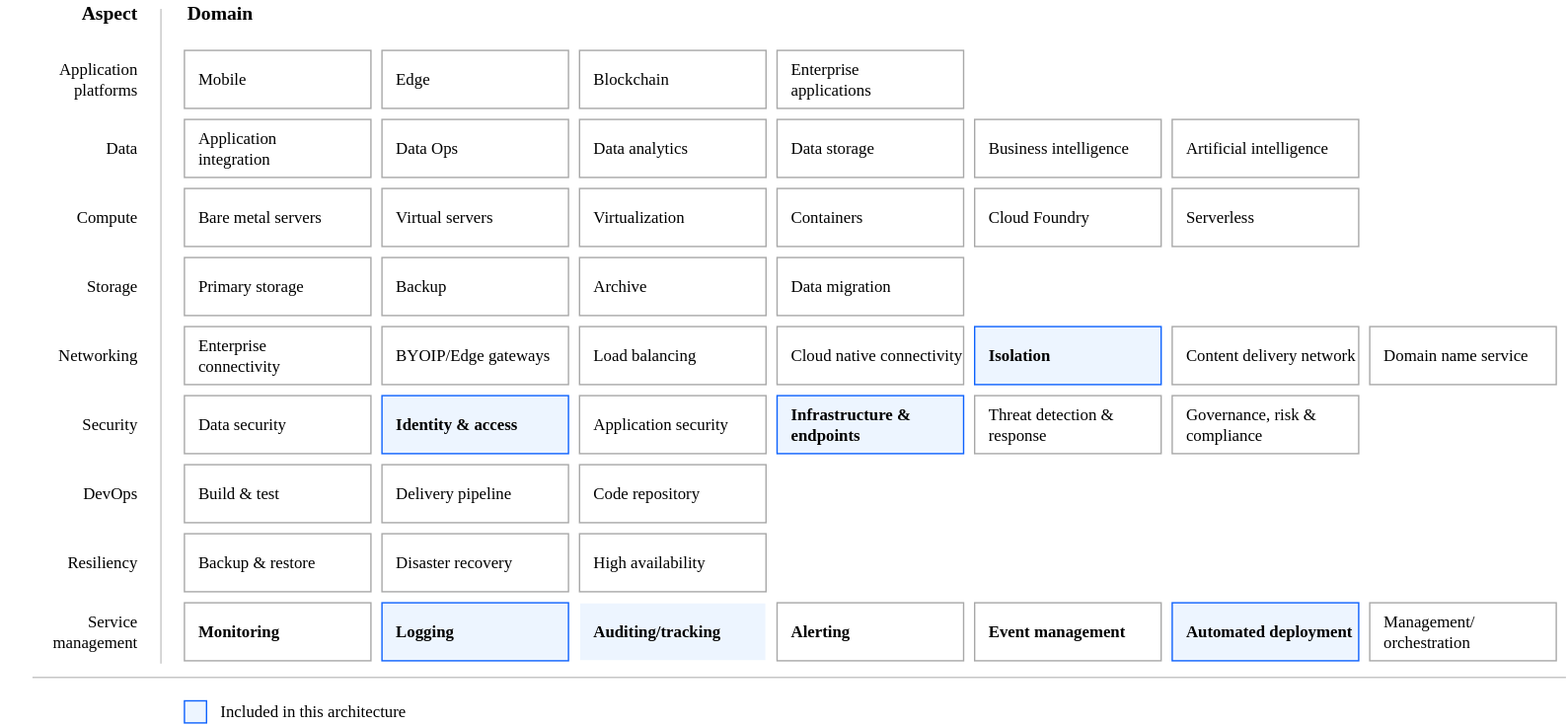
This is reference-architectures/heat-map-deploy-arch-slz-vpc-fully-configurable.svg from terraform-ibm-modules/terraform-ibm-landing-zone-vpc, a draw.io export, as it was before one commit. Source tidied: cells renumbered, new cells last; positions are measured from the earlier drawing's top-left corner, leaving out a move shared by most shapes.
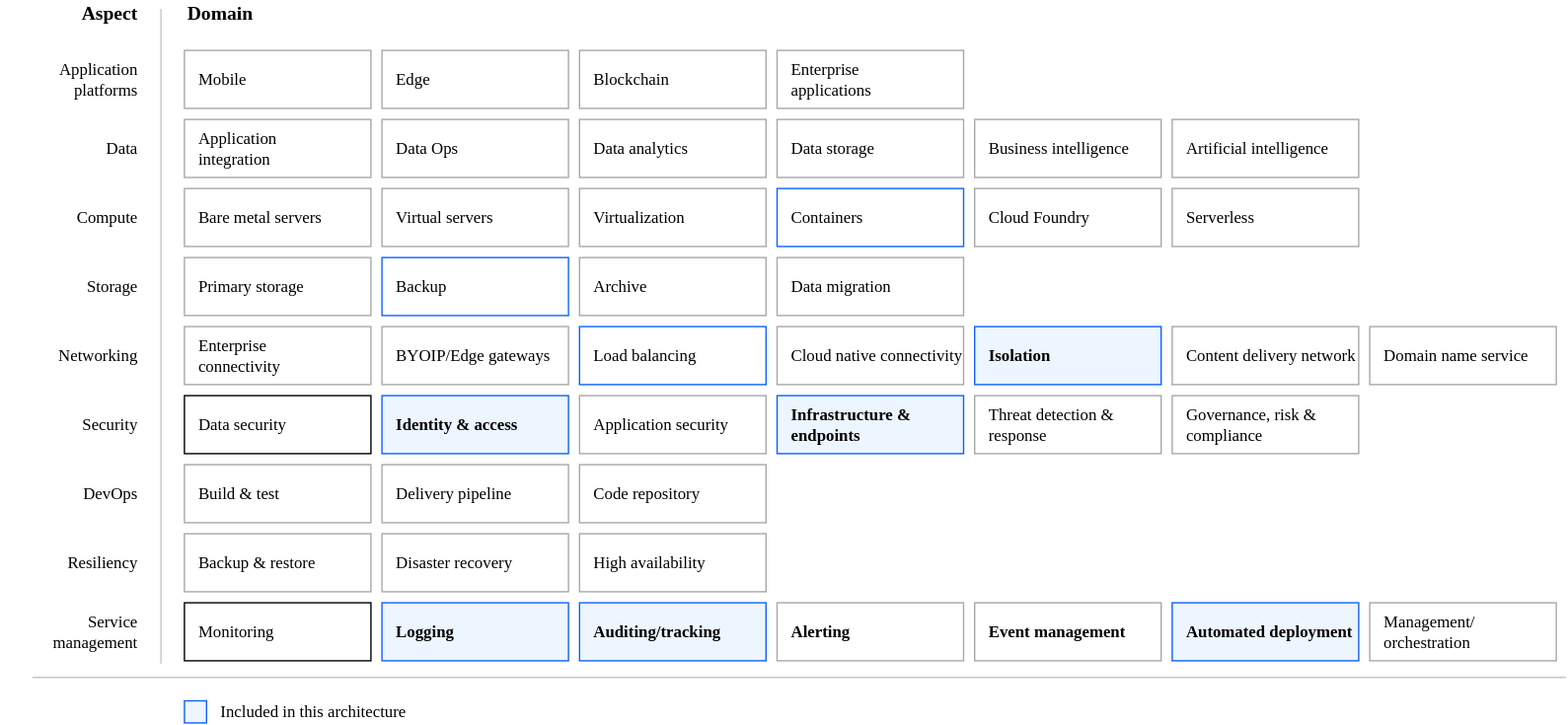
After the commit.

The edit, as a diff of the source:
```diff
@@ -20,13 +20,13 @@
     <mxCell id="7" value="Build &amp;amp; test" style="rounded=0;whiteSpace=wrap;html=1;strokeColor=#A8A8A8;align=left;spacingLeft=8;fontFamily=IBM Plex Sans;" parent="1" vertex="1">
       <mxGeometry x="133" y="336" width="135" height="42" as="geometry" />
     </mxCell>
-    <mxCell id="8" value="Data security" style="rounded=0;whiteSpace=wrap;html=1;strokeColor=#A8A8A8;align=left;spacingLeft=8;fontFamily=IBM Plex Sans;fontStyle=0;fillColor=default;" parent="1" vertex="1">
+    <mxCell id="8" value="Data security" style="rounded=0;whiteSpace=wrap;html=1;strokeColor=default;align=left;spacingLeft=8;fontFamily=IBM Plex Sans;fontStyle=0;fillColor=default;" parent="1" vertex="1">
       <mxGeometry x="133" y="286" width="135" height="42" as="geometry" />
     </mxCell>
     <mxCell id="9" value="Backup &amp;amp; restore" style="rounded=0;whiteSpace=wrap;html=1;strokeColor=#A8A8A8;align=left;spacingLeft=8;fontFamily=IBM Plex Sans;" parent="1" vertex="1">
       <mxGeometry x="133" y="386" width="135" height="42" as="geometry" />
     </mxCell>
-    <mxCell id="10" value="&lt;b&gt;Monitoring&lt;/b&gt;" style="rounded=0;whiteSpace=wrap;html=1;strokeColor=light-dark(#A8A8A8,#000000);align=left;spacingLeft=8;fontFamily=IBM Plex Sans;fillColor=light-dark(#FFFFFF,#5CA4FF);" parent="1" vertex="1">
+    <mxCell id="10" value="Monitoring" style="rounded=0;whiteSpace=wrap;html=1;strokeColor=default;align=left;spacingLeft=8;fontFamily=IBM Plex Sans;fontStyle=0;fillColor=default;" parent="1" vertex="1">
       <mxGeometry x="133" y="436" width="135" height="42" as="geometry" />
     </mxCell>
     <mxCell id="11" value="Edge" style="rounded=0;whiteSpace=wrap;html=1;strokeColor=#A8A8A8;align=left;spacingLeft=8;fontFamily=IBM Plex Sans;fillColor=default;fontStyle=0;" parent="1" vertex="1">
@@ -50,13 +50,13 @@
     <mxCell id="17" value="Business intelligence" style="rounded=0;whiteSpace=wrap;html=1;strokeColor=#A8A8A8;align=left;spacingLeft=8;fontFamily=IBM Plex Sans;fillColor=default;fontStyle=0;" parent="1" vertex="1">
       <mxGeometry x="705" y="86" width="135" height="42" as="geometry" />
     </mxCell>
-    <mxCell id="18" value="Virtual servers" style="rounded=0;whiteSpace=wrap;html=1;strokeColor=#A8A8A8;align=left;spacingLeft=8;fontFamily=IBM Plex Sans;fillColor=default;fontStyle=0;" parent="1" vertex="1">
+    <mxCell id="18" value="Virtual servers" style="rounded=0;whiteSpace=wrap;html=1;strokeColor=#A8A8A8;align=left;spacingLeft=8;fontFamily=IBM Plex Sans;fillColor=#FFFFFF;fontStyle=0;" parent="1" vertex="1">
       <mxGeometry x="276" y="136" width="135" height="42" as="geometry" />
     </mxCell>
     <mxCell id="19" value="Virtualization" style="rounded=0;whiteSpace=wrap;html=1;strokeColor=#A8A8A8;align=left;spacingLeft=8;fontFamily=IBM Plex Sans;fillColor=default;fontStyle=0;" parent="1" vertex="1">
       <mxGeometry x="419" y="136" width="135" height="42" as="geometry" />
     </mxCell>
-    <mxCell id="20" value="Containers" style="rounded=0;whiteSpace=wrap;html=1;strokeColor=#A8A8A8;align=left;spacingLeft=8;fontFamily=IBM Plex Sans;fillColor=default;fontStyle=0;" parent="1" vertex="1">
+    <mxCell id="20" value="Containers" style="rounded=0;whiteSpace=wrap;html=1;strokeColor=light-dark(#0E62FD,#5D5D5D);align=left;spacingLeft=8;fontFamily=IBM Plex Sans;fillColor=default;fontStyle=0;" parent="1" vertex="1">
       <mxGeometry x="562" y="136" width="135" height="42" as="geometry" />
     </mxCell>
     <mxCell id="21" value="Cloud Foundry" style="rounded=0;whiteSpace=wrap;html=1;strokeColor=#A8A8A8;align=left;spacingLeft=8;fontFamily=IBM Plex Sans;fillColor=default;fontStyle=0;" parent="1" vertex="1">
@@ -65,7 +65,7 @@
     <mxCell id="22" value="Serverless" style="rounded=0;whiteSpace=wrap;html=1;strokeColor=#A8A8A8;align=left;spacingLeft=8;fontFamily=IBM Plex Sans;fillColor=default;fontStyle=0;" parent="1" vertex="1">
       <mxGeometry x="848" y="136" width="135" height="42" as="geometry" />
     </mxCell>
-    <mxCell id="23" value="Backup" style="rounded=0;whiteSpace=wrap;html=1;strokeColor=#A8A8A8;align=left;spacingLeft=8;fontFamily=IBM Plex Sans;fillColor=default;fontStyle=0;" parent="1" vertex="1">
+    <mxCell id="23" value="Backup" style="rounded=0;whiteSpace=wrap;html=1;strokeColor=light-dark(#0E62FD,#5D5D5D);align=left;spacingLeft=8;fontFamily=IBM Plex Sans;fillColor=default;fontStyle=0;" parent="1" vertex="1">
       <mxGeometry x="276" y="186" width="135" height="42" as="geometry" />
     </mxCell>
     <mxCell id="24" value="Archive" style="rounded=0;whiteSpace=wrap;html=1;strokeColor=#A8A8A8;align=left;spacingLeft=8;fontFamily=IBM Plex Sans;fillColor=default;fontStyle=0;" parent="1" vertex="1">
@@ -77,13 +77,13 @@
     <mxCell id="26" value="BYOIP/Edge gateways" style="rounded=0;whiteSpace=wrap;html=1;strokeColor=#A8A8A8;align=left;spacingLeft=8;fontFamily=IBM Plex Sans;fillColor=default;fontStyle=0;" parent="1" vertex="1">
       <mxGeometry x="276" y="236" width="135" height="42" as="geometry" />
     </mxCell>
-    <mxCell id="27" value="Load balancing" style="rounded=0;whiteSpace=wrap;html=1;strokeColor=#A8A8A8;align=left;spacingLeft=8;fontFamily=IBM Plex Sans;fillColor=default;fontStyle=0;" parent="1" vertex="1">
+    <mxCell id="27" value="Load balancing" style="rounded=0;whiteSpace=wrap;html=1;strokeColor=light-dark(#0E62FD,#5D5D5D);align=left;spacingLeft=8;fontFamily=IBM Plex Sans;fillColor=default;fontStyle=0;" parent="1" vertex="1">
       <mxGeometry x="419" y="236" width="135" height="42" as="geometry" />
     </mxCell>
     <mxCell id="28" value="Cloud native connectivity" style="rounded=0;whiteSpace=wrap;html=1;strokeColor=#A8A8A8;align=left;spacingLeft=8;fontFamily=IBM Plex Sans;fillColor=default;fontStyle=0;" parent="1" vertex="1">
       <mxGeometry x="562" y="236" width="135" height="42" as="geometry" />
     </mxCell>
-    <mxCell id="29" value="Isolation" style="rounded=0;whiteSpace=wrap;html=1;strokeColor=light-dark(#0E62FD,#000000);align=left;spacingLeft=8;fontFamily=IBM Plex Sans;fillColor=light-dark(#EDF5FF,#5CA4FF);fontStyle=1;" parent="1" vertex="1">
+    <mxCell id="29" value="Isolation" style="rounded=0;whiteSpace=wrap;html=1;strokeColor=#0E62FD;align=left;spacingLeft=8;fontFamily=IBM Plex Sans;fillColor=#EDF5FF;fontStyle=1;" parent="1" vertex="1">
       <mxGeometry x="705" y="236" width="135" height="42" as="geometry" />
     </mxCell>
     <mxCell id="30" value="Content delivery network" style="rounded=0;whiteSpace=wrap;html=1;strokeColor=#A8A8A8;align=left;spacingLeft=8;fontFamily=IBM Plex Sans;fillColor=default;fontStyle=0;" parent="1" vertex="1">
@@ -92,13 +92,13 @@
     <mxCell id="31" value="Domain name service" style="rounded=0;whiteSpace=wrap;html=1;strokeColor=#A8A8A8;align=left;spacingLeft=8;fontFamily=IBM Plex Sans;fillColor=default;fontStyle=0;" parent="1" vertex="1">
       <mxGeometry x="991" y="236" width="135" height="42" as="geometry" />
     </mxCell>
-    <mxCell id="32" value="Identity &amp;amp; access" style="rounded=0;whiteSpace=wrap;html=1;strokeColor=light-dark(#0E62FD,#000000);align=left;spacingLeft=8;fontFamily=IBM Plex Sans;fillColor=light-dark(#EDF5FF,#5CA4FF);fontStyle=1;" parent="1" vertex="1">
+    <mxCell id="32" value="Identity &amp;amp; access" style="rounded=0;whiteSpace=wrap;html=1;strokeColor=light-dark(#0E62FD,#5CA4FF);align=left;spacingLeft=8;fontFamily=IBM Plex Sans;fillColor=light-dark(#EDF5FF,#151C24);fontStyle=1;" parent="1" vertex="1">
       <mxGeometry x="276" y="286" width="135" height="42" as="geometry" />
     </mxCell>
     <mxCell id="33" value="Application security" style="rounded=0;whiteSpace=wrap;html=1;strokeColor=#A8A8A8;align=left;spacingLeft=8;fontFamily=IBM Plex Sans;fillColor=default;fontStyle=0;" parent="1" vertex="1">
       <mxGeometry x="419" y="286" width="135" height="42" as="geometry" />
     </mxCell>
-    <mxCell id="34" value="Infrastructure &amp;amp; endpoints" style="rounded=0;whiteSpace=wrap;html=1;strokeColor=light-dark(#0E62FD,#000000);align=left;spacingLeft=8;fontFamily=IBM Plex Sans;fillColor=light-dark(#EDF5FF,#5CA4FF);fontStyle=1;" parent="1" vertex="1">
+    <mxCell id="34" value="Infrastructure &amp;amp; endpoints" style="rounded=0;whiteSpace=wrap;html=1;strokeColor=#0E62FD;align=left;spacingLeft=8;fontFamily=IBM Plex Sans;fillColor=#EDF5FF;fontStyle=1;" parent="1" vertex="1">
       <mxGeometry x="562" y="286" width="135" height="42" as="geometry" />
     </mxCell>
     <mxCell id="35" value="Threat detection &amp;amp; response" style="rounded=0;whiteSpace=wrap;html=1;strokeColor=#A8A8A8;align=left;spacingLeft=8;fontFamily=IBM Plex Sans;fillColor=default;fontStyle=0;" parent="1" vertex="1">
@@ -119,19 +119,19 @@
     <mxCell id="40" value="High availability" style="rounded=0;whiteSpace=wrap;html=1;strokeColor=#A8A8A8;align=left;spacingLeft=8;fontFamily=IBM Plex Sans;fillColor=default;fontStyle=0;" parent="1" vertex="1">
       <mxGeometry x="419" y="386" width="135" height="42" as="geometry" />
     </mxCell>
-    <mxCell id="41" value="Logging" style="rounded=0;whiteSpace=wrap;html=1;strokeColor=light-dark(#0E62FD,#000000);align=left;spacingLeft=8;fontFamily=IBM Plex Sans;fillColor=light-dark(#EDF5FF,#5CA4FF);fontStyle=1;" parent="1" vertex="1">
+    <mxCell id="41" value="Logging" style="rounded=0;whiteSpace=wrap;html=1;strokeColor=light-dark(#0E62FD,#5CA4FF);align=left;spacingLeft=8;fontFamily=IBM Plex Sans;fillColor=light-dark(#EDF5FF,#151C24);fontStyle=1;" parent="1" vertex="1">
       <mxGeometry x="276" y="436" width="135" height="42" as="geometry" />
     </mxCell>
-    <mxCell id="42" value="Auditing/tracking" style="rounded=0;whiteSpace=wrap;html=1;strokeColor=light-dark(#FFFFFF,#151C24);align=left;spacingLeft=8;fontFamily=IBM Plex Sans;fillColor=#EDF5FF;fontStyle=1;" parent="1" vertex="1">
+    <mxCell id="42" value="Auditing/tracking" style="rounded=0;whiteSpace=wrap;html=1;strokeColor=light-dark(#0E62FD,#5CA4FF);align=left;spacingLeft=8;fontFamily=IBM Plex Sans;fillColor=light-dark(#EDF5FF,#151C24);fontStyle=1;" parent="1" vertex="1">
       <mxGeometry x="419" y="436" width="135" height="42" as="geometry" />
     </mxCell>
-    <mxCell id="43" value="&lt;b&gt;Alerting&lt;/b&gt;" style="rounded=0;whiteSpace=wrap;html=1;strokeColor=light-dark(#A8A8A8,#5CA4FF);align=left;spacingLeft=8;fontFamily=IBM Plex Sans;fillColor=light-dark(#FFFFFF,#5CA4FF);fontStyle=0;" parent="1" vertex="1">
+    <mxCell id="43" value="Alerting" style="rounded=0;whiteSpace=wrap;html=1;strokeColor=light-dark(#A8A8A8,#5CA4FF);align=left;spacingLeft=8;fontFamily=IBM Plex Sans;fillColor=light-dark(#FFFFFF,#151C24);fontStyle=1;" parent="1" vertex="1">
       <mxGeometry x="562" y="436" width="135" height="42" as="geometry" />
     </mxCell>
-    <mxCell id="44" value="&lt;b&gt;Event management&lt;/b&gt;" style="rounded=0;whiteSpace=wrap;html=1;strokeColor=light-dark(#A8A8A8,#5CA4FF);align=left;spacingLeft=8;fontFamily=IBM Plex Sans;fillColor=light-dark(#FFFFFF,#151C24);fontStyle=0;" parent="1" vertex="1">
+    <mxCell id="44" value="Event management" style="rounded=0;whiteSpace=wrap;html=1;strokeColor=light-dark(#A8A8A8,#5CA4FF);align=left;spacingLeft=8;fontFamily=IBM Plex Sans;fillColor=light-dark(#FFFFFF,#151C24);fontStyle=1;" parent="1" vertex="1">
       <mxGeometry x="705" y="436" width="135" height="42" as="geometry" />
     </mxCell>
-    <mxCell id="45" value="Automated deployment" style="rounded=0;whiteSpace=wrap;html=1;strokeColor=light-dark(#0E62FD,#000000);align=left;spacingLeft=8;fontFamily=IBM Plex Sans;fillColor=light-dark(#EDF5FF,#5CA4FF);fontStyle=1;" parent="1" vertex="1">
+    <mxCell id="45" value="Automated deployment" style="rounded=0;whiteSpace=wrap;html=1;strokeColor=#0E62FD;align=left;spacingLeft=8;fontFamily=IBM Plex Sans;fillColor=#EDF5FF;fontStyle=1;" parent="1" vertex="1">
       <mxGeometry x="848" y="436" width="135" height="42" as="geometry" />
     </mxCell>
     <mxCell id="46" value="Management/&lt;br&gt;orchestration" style="rounded=0;whiteSpace=wrap;html=1;strokeColor=#A8A8A8;align=left;spacingLeft=8;fontFamily=IBM Plex Sans;fillColor=default;fontStyle=0;" parent="1" vertex="1">
@@ -182,7 +182,7 @@
         <mxPoint x="1133" y="490" as="targetPoint" />
       </mxGeometry>
     </mxCell>
-    <mxCell id="60" style="rounded=0;whiteSpace=wrap;html=1;strokeColor=light-dark(#0E62FD,#000000);align=left;spacingLeft=8;fontFamily=IBM Plex Sans;fontStyle=1;fillColor=light-dark(#EDF5FF,#5CA4FF);" parent="1" vertex="1">
+    <mxCell id="60" style="rounded=0;whiteSpace=wrap;html=1;strokeColor=#0E62FD;align=left;spacingLeft=8;fontFamily=IBM Plex Sans;fontStyle=1;fillColor=#EDF5FF;" parent="1" vertex="1">
       <mxGeometry x="133" y="507" width="16" height="16" as="geometry" />
     </mxCell>
     <mxCell id="61" value="Included in this architecture" style="text;strokeColor=none;fillColor=none;html=1;fontSize=12;fontStyle=0;verticalAlign=middle;align=left;rounded=0;fontFamily=IBM Plex Sans;fontColor=default;" parent="1" vertex="1">
```
